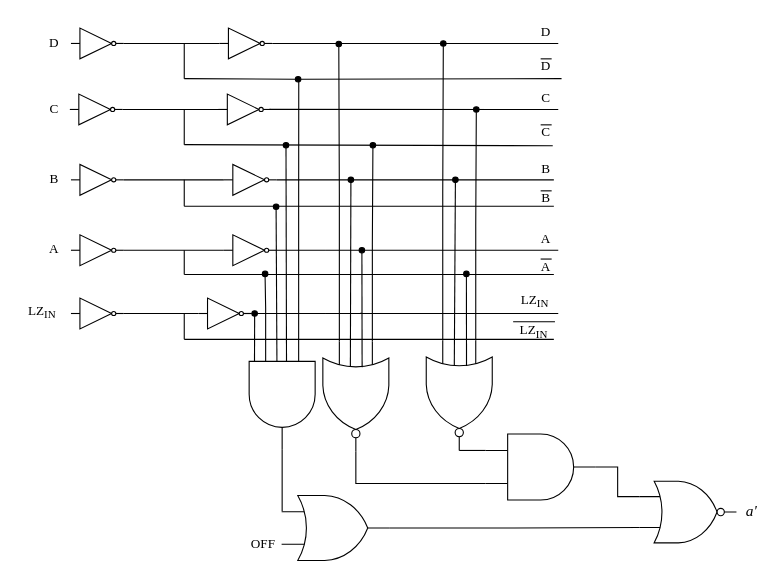
This is vezbe/02/Images/Zadatak_4/Zadatak_4c_CompleteBCDLogic.drawio from pznikola/digitalna_elektronika_1, a draw.io file, before an edit. Source tidied: cells renumbered, new cells numbered last; positions are measured from the earlier drawing's top-left corner, leaving out a move shared by most shapes. Both pictures are drawn from the tidied source at 110%, with x=0, y=0 at pixel (19, 19).
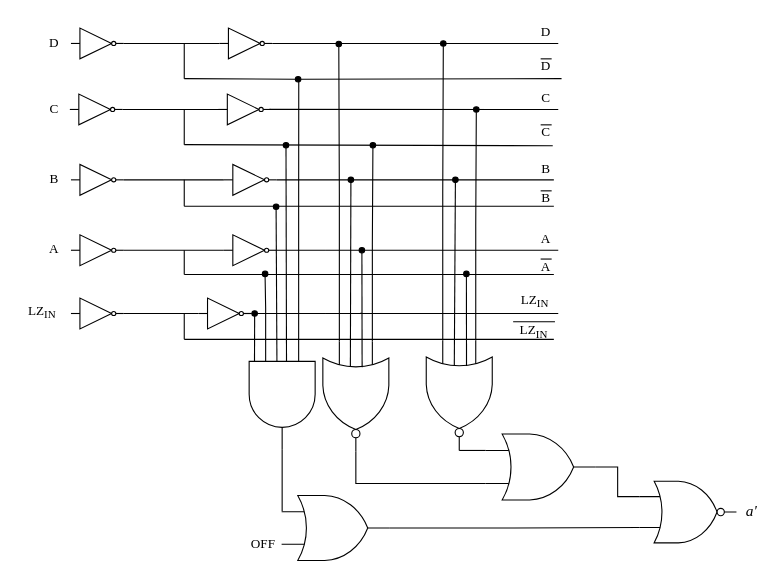
After the change.

What changed in the source:
```diff
@@
-    <mxCell id="78" style="verticalLabelPosition=bottom;shadow=0;dashed=0;align=center;html=1;verticalAlign=top;shape=mxgraph.electrical.logic_gates.logic_gate;operation=and;" parent="1" vertex="1">
+    <mxCell id="78" style="verticalLabelPosition=bottom;shadow=0;dashed=0;align=center;html=1;verticalAlign=top;shape=mxgraph.electrical.logic_gates.logic_gate;operation=or;" parent="1" vertex="1">
       <mxGeometry x="424" y="377" width="100" height="60" as="geometry" />
     </mxCell>
```
